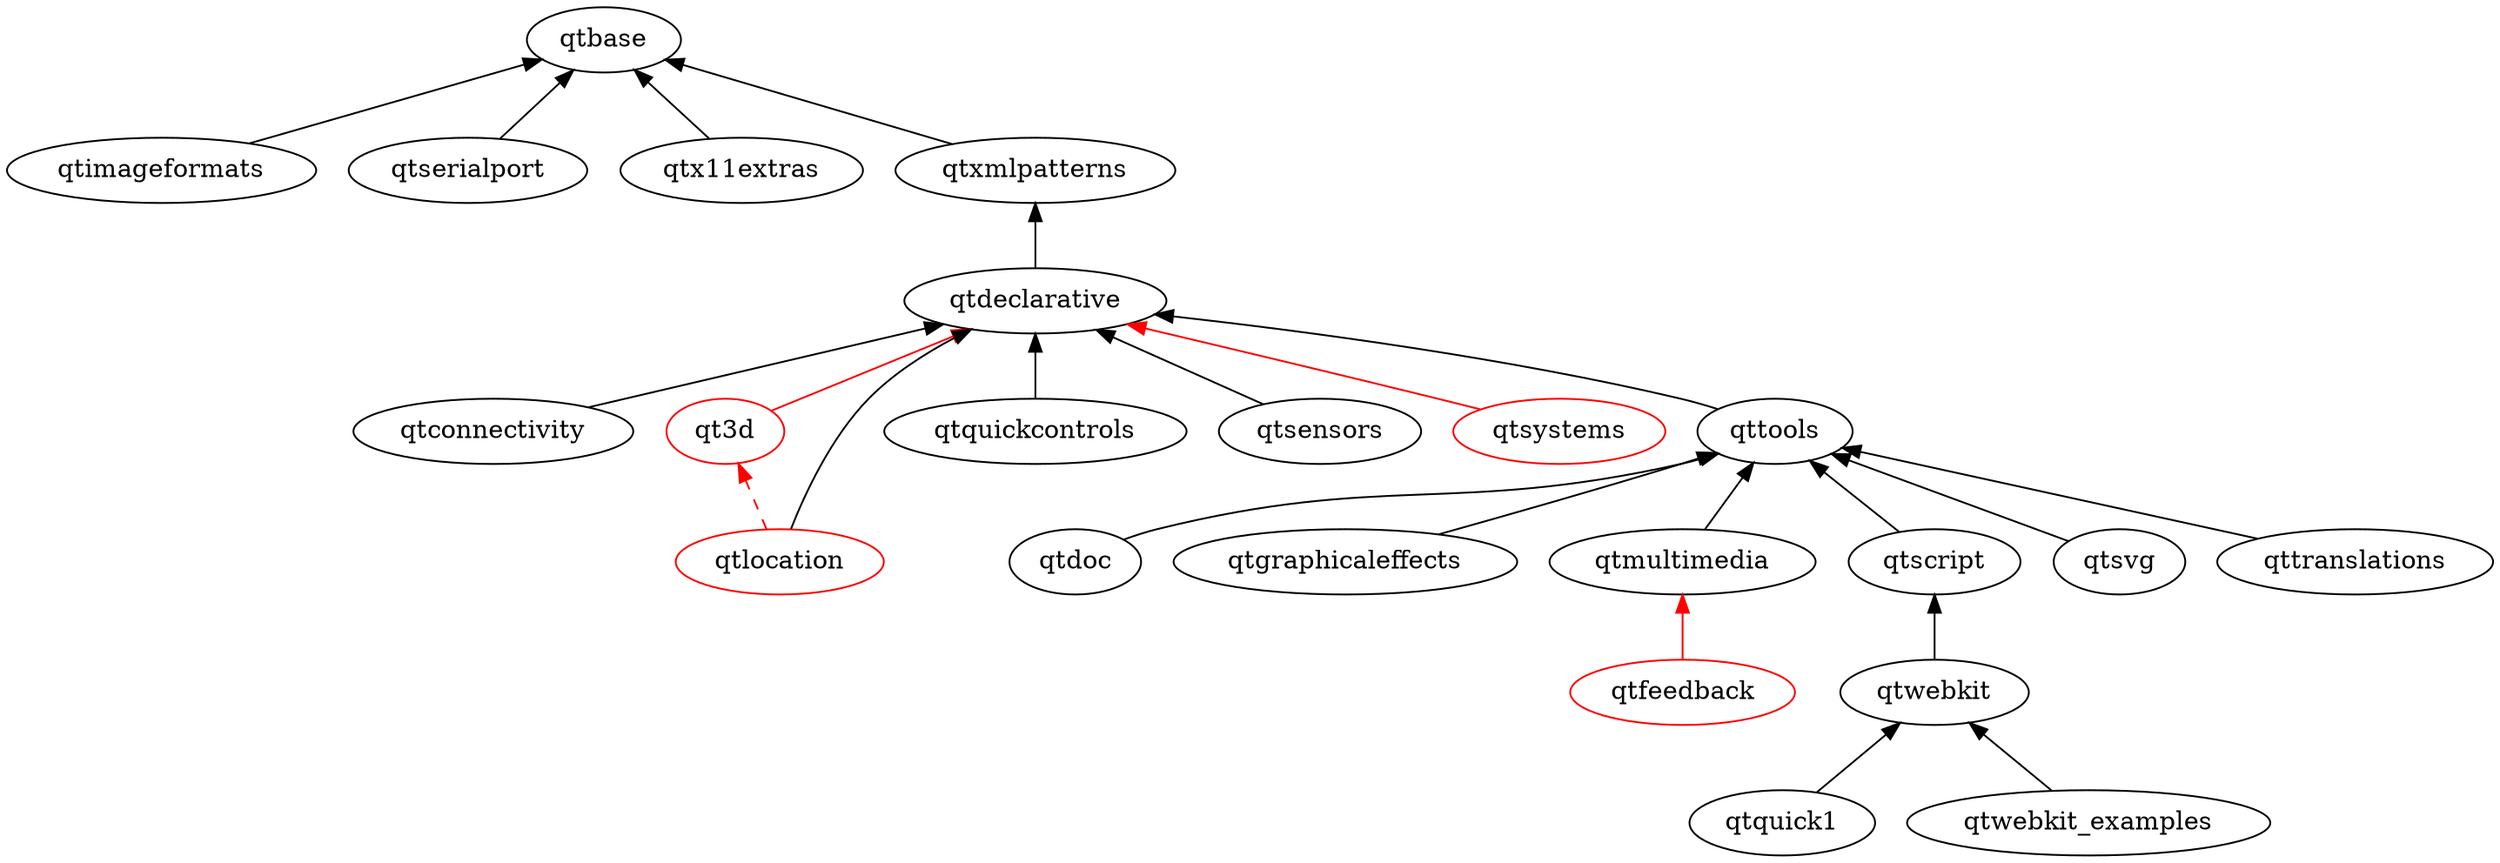
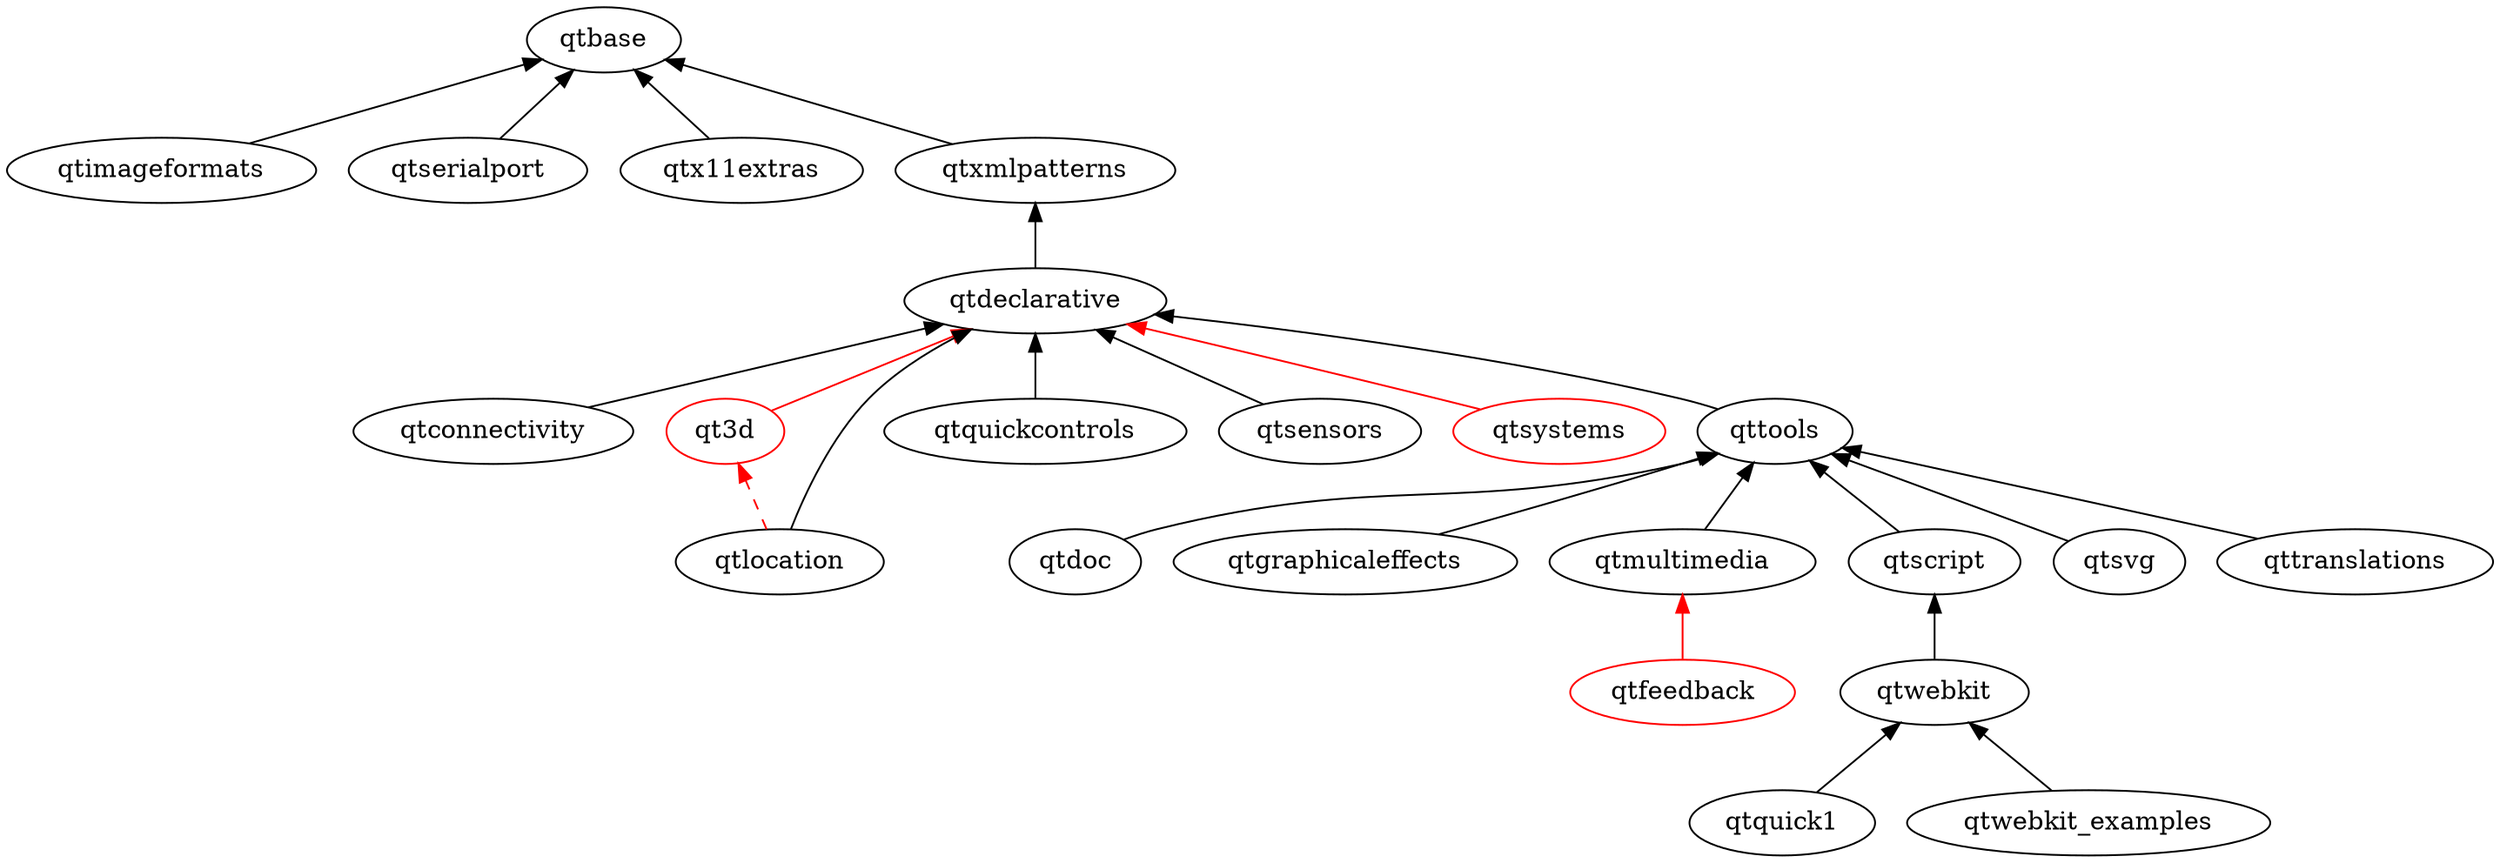
digraph qt5 {
  graph [
    rankdir = "BT"
  ]

  qt3d [ color = red ]
  qtbase
  qtconnectivity
  qtdeclarative
  qtdoc
  qtfeedback [ color = red ]
  qtgraphicaleffects
  qtimageformats
-   qtlocation [color = red]
+   qtlocation
  qtmultimedia
  qtquick1
  qtquickcontrols
  qtscript
  qtsensors
  qtserialport
  qtsvg
  qtsystems [ color = red ]
  qttools
  qttranslations
  qtwebkit
  qtwebkit_examples
  qtx11extras
  qtxmlpatterns

  qtconnectivity -> qtdeclarative
  qtdeclarative -> qtxmlpatterns
  qtdoc -> qttools
  qtgraphicaleffects -> qttools
  qtimageformats -> qtbase
  qtmultimedia -> qttools
  qtquick1 -> qtwebkit
  qtquickcontrols -> qtdeclarative
  qtsensors -> qtdeclarative
  qtserialport -> qtbase
  qtscript -> qttools
  qtsvg -> qttools
  qttools -> qtdeclarative
  qttranslations -> qttools
  qtwebkit -> qtscript
  qtwebkit_examples -> qtwebkit
  qtx11extras -> qtbase
  qtxmlpatterns -> qtbase

  // unsure/not-uploaded
  qt3d -> qtdeclarative [ color = red ]
  qtfeedback -> qtmultimedia [ color = red ]
  qtlocation -> qt3d [color = red style = dashed]
  qtlocation -> qtdeclarative
  qtsystems -> qtdeclarative [ color = red ]
}
